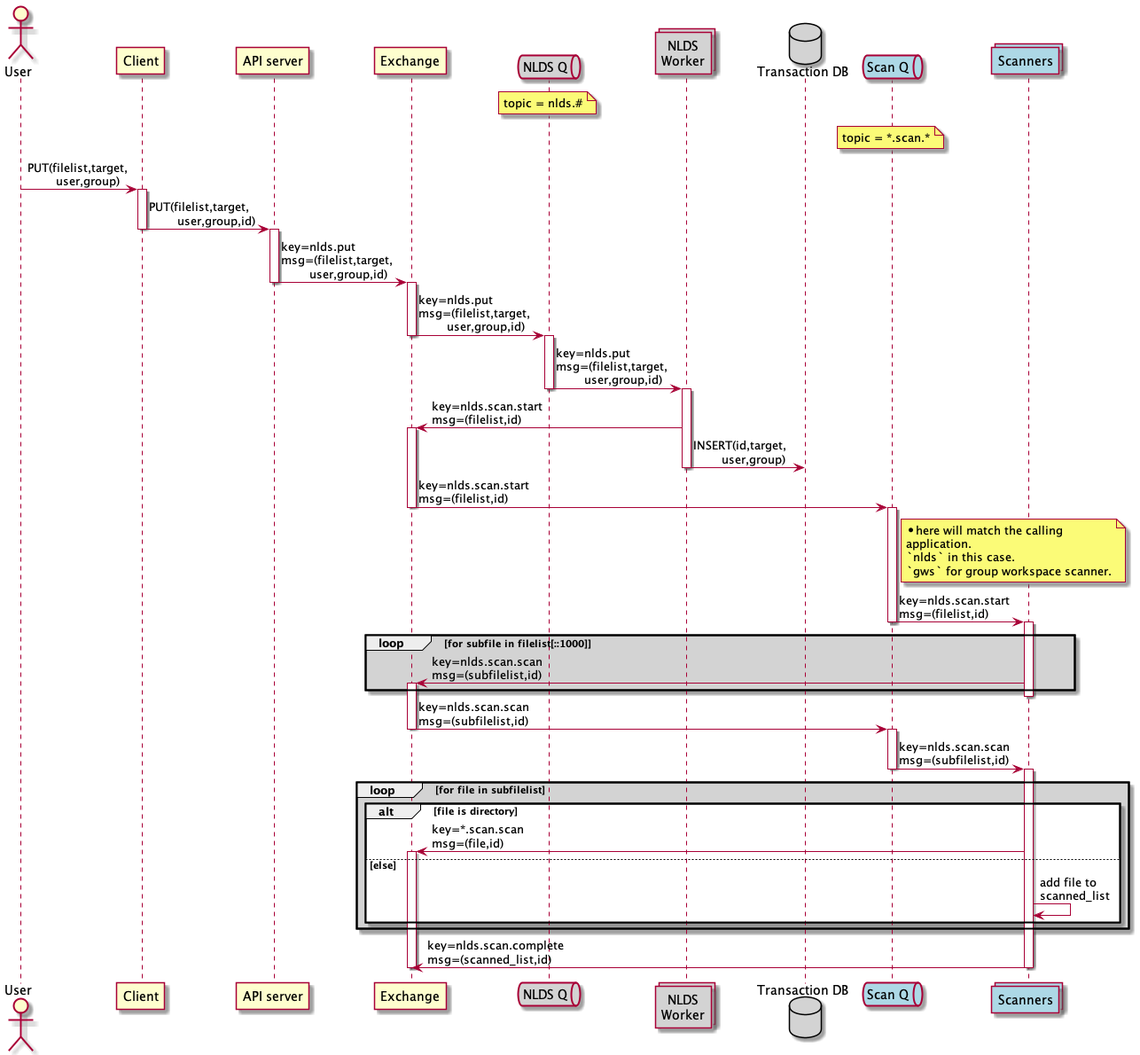
This is doc/uml/message_flow_put.png from cedadev/nlds, a PlantUML export, as it was before one commit.
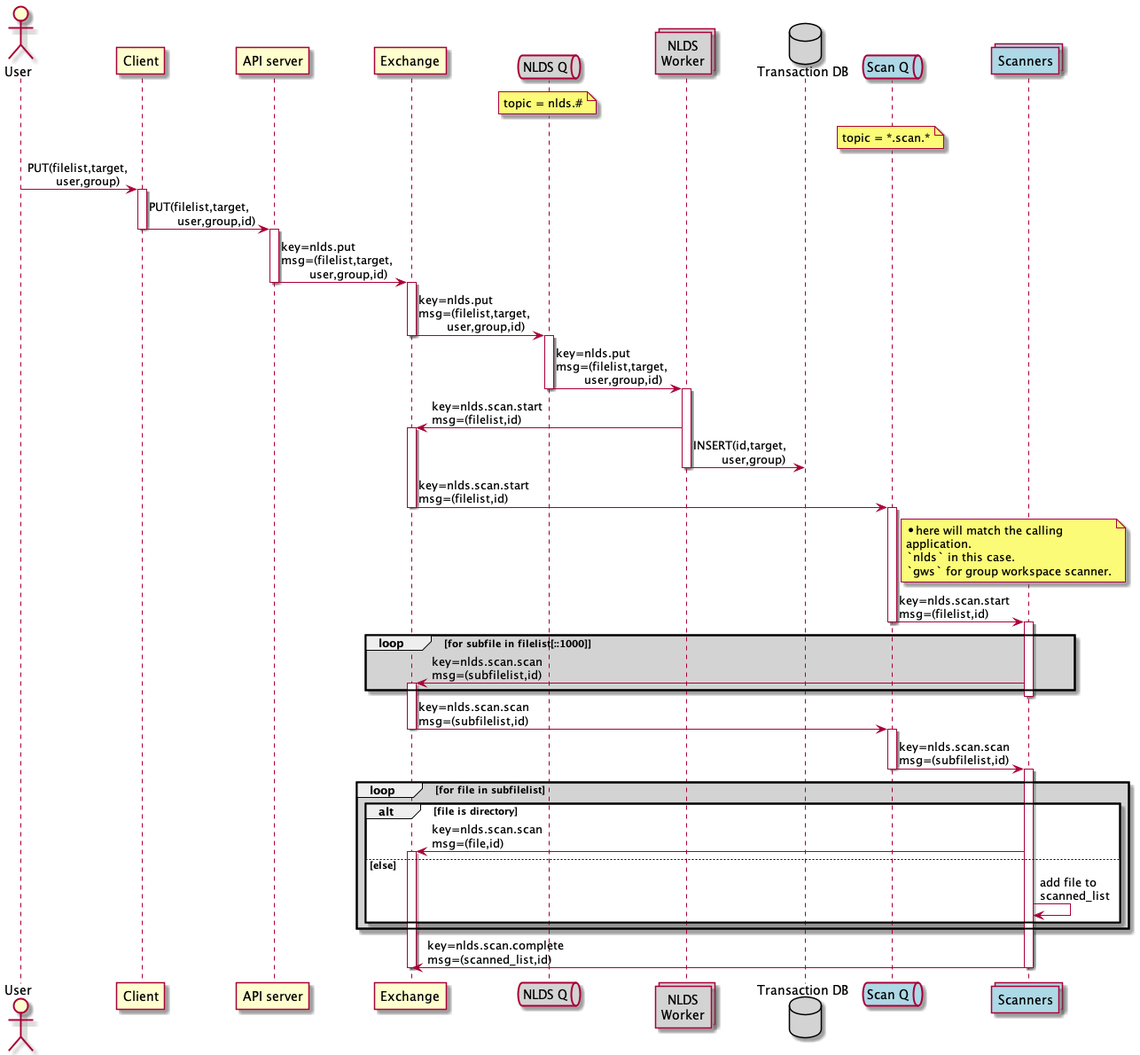
Above is the later version.

Commit message:
Message cleanup

The edit, as a diff of the source:
```diff
@@ -62,7 +62,7 @@
 activate scan
 loop #lightgrey for file in subfilelist
     alt file is directory
-        scan -> wex : key=*.scan.scan\nmsg=(file,id)
+        scan -> wex : key=nlds.scan.scan\nmsg=(file,id)
         activate wex
     else else
         scan -> scan : add file to\nscanned_list
```
